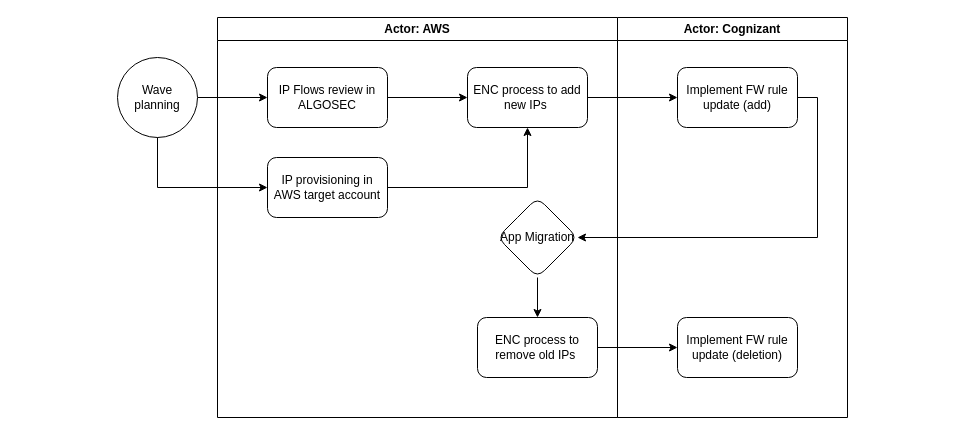
Before: ENC_flow_diagram_light.drawio in anthonygea/mycv, a draw.io diagram. Source tidied: cells renumbered, new cells numbered last; positions are measured from the earlier drawing's top-left corner, leaving out a move shared by most shapes. Both pictures are drawn from the tidied source at 100%, with x=0, y=0 at pixel (117, 17).
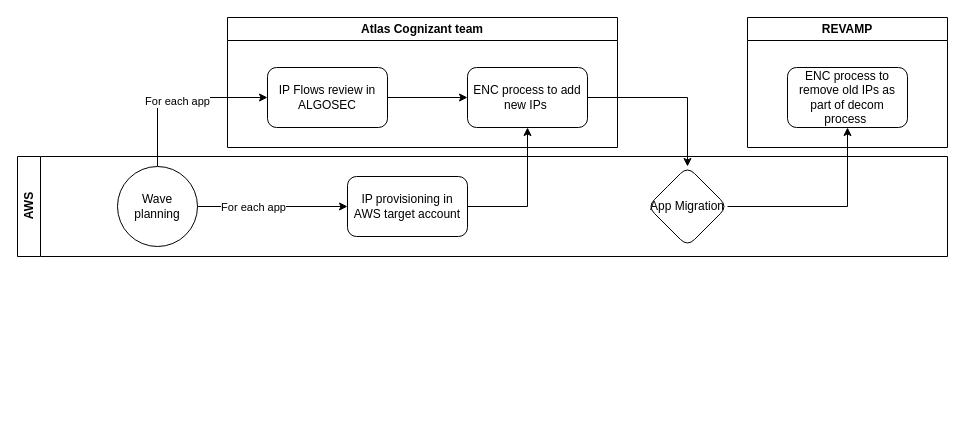
After the change.

Commit message:
Update ENC process flow

Unchanged cells that the change refers to:
```xml
<mxCell id="3" value="IP Flows review in ALGOSEC" style="rounded=1;whiteSpace=wrap;html=1;" parent="1" vertex="1">
  <mxGeometry x="150" y="50" width="120" height="60" as="geometry" />
</mxCell>
```

What changed in the source:
```diff
@@
     <mxCell id="4" style="edgeStyle=orthogonalEdgeStyle;rounded=0;jettySize=auto;html=1;" parent="1" edge="1" source="5" target="3">
-      <mxGeometry relative="1" as="geometry" />
+      <mxGeometry relative="1" as="geometry">
+        <Array as="points">
+          <mxPoint x="40" y="80" />
+        </Array>
+      </mxGeometry>
     </mxCell>
+    <mxCell id="20" value="For each app" style="edgeLabel;html=1;align=center;verticalAlign=middle;" parent="4" vertex="1">
+      <mxGeometry x="-0.02" y="-3" relative="1" as="geometry" />
+    </mxCell>
+    <mxCell id="8" style="edgeStyle=orthogonalEdgeStyle;rounded=0;jettySize=auto;html=1;" parent="1" edge="1" source="10" target="14">
+      <mxGeometry relative="1" as="geometry" />
+    </mxCell>
+    <mxCell id="10" value="ENC process to add new IPs&amp;nbsp;" style="whiteSpace=wrap;html=1;rounded=1;" parent="1" vertex="1">
+      <mxGeometry x="350" y="50" width="120" height="60" as="geometry" />
+    </mxCell>
+    <mxCell id="11" style="edgeStyle=orthogonalEdgeStyle;rounded=0;jettySize=auto;html=1;exitX=1;exitY=0.5;exitDx=0;exitDy=0;" parent="1" edge="1" source="6" target="10">
+      <mxGeometry relative="1" as="geometry" />
+    </mxCell>
+    <mxCell id="15" style="edgeStyle=orthogonalEdgeStyle;rounded=0;jettySize=auto;html=1;" parent="1" edge="1" source="14" target="13">
+      <mxGeometry relative="1" as="geometry" />
+    </mxCell>
+    <mxCell id="14" value="App Migration" style="rhombus;whiteSpace=wrap;html=1;rounded=1;" parent="1" vertex="1">
+      <mxGeometry x="530" y="149" width="80" height="80" as="geometry" />
+    </mxCell>
+    <mxCell id="13" value="ENC process to remove old IPs as part of decom process&amp;nbsp;" style="whiteSpace=wrap;html=1;rounded=1;" parent="1" vertex="1">
+      <mxGeometry x="670" y="50" width="120" height="60" as="geometry" />
+    </mxCell>
+    <mxCell id="21" value="Atlas Cognizant team" style="swimlane;whiteSpace=wrap;html=1;" parent="1" vertex="1">
+      <mxGeometry x="110" width="390" height="130" as="geometry" />
+    </mxCell>
+    <mxCell id="22" value="REVAMP" style="swimlane;whiteSpace=wrap;html=1;" parent="1" vertex="1">
+      <mxGeometry x="630" width="200" height="130" as="geometry" />
+    </mxCell>
+    <mxCell id="23" value="AWS" style="swimlane;horizontal=0;whiteSpace=wrap;html=1;" parent="1" vertex="1">
+      <mxGeometry x="-100" y="139" width="930" height="100" as="geometry" />
+    </mxCell>
-    <mxCell id="5" value="Wave planning" style="ellipse;whiteSpace=wrap;html=1;" parent="1" vertex="1">
-      <mxGeometry y="40" width="80" height="80" as="geometry" />
+    <mxCell id="5" value="Wave planning" style="ellipse;whiteSpace=wrap;html=1;" parent="23" vertex="1">
+      <mxGeometry x="100" y="10" width="80" height="80" as="geometry" />
     </mxCell>
-    <mxCell id="6" value="IP provisioning in AWS target account" style="whiteSpace=wrap;html=1;rounded=1;" parent="1" vertex="1">
-      <mxGeometry x="150" y="140" width="120" height="60" as="geometry" />
+    <mxCell id="6" value="IP provisioning in AWS target account" style="whiteSpace=wrap;html=1;rounded=1;" parent="23" vertex="1">
+      <mxGeometry x="330" y="20" width="120" height="60" as="geometry" />
     </mxCell>
-    <mxCell id="7" style="edgeStyle=orthogonalEdgeStyle;rounded=0;jettySize=auto;html=1;entryX=0;entryY=0.5;entryDx=0;entryDy=0;exitX=0.5;exitY=1;exitDx=0;exitDy=0;" parent="1" edge="1" source="5" target="6">
+    <mxCell id="7" style="edgeStyle=orthogonalEdgeStyle;rounded=0;jettySize=auto;html=1;" parent="23" edge="1" source="5" target="6">
       <mxGeometry relative="1" as="geometry" />
     </mxCell>
-    <mxCell id="8" style="edgeStyle=orthogonalEdgeStyle;rounded=0;jettySize=auto;html=1;entryX=1;entryY=0.5;entryDx=0;entryDy=0;exitX=1;exitY=0.5;exitDx=0;exitDy=0;" parent="1" edge="1" source="17" target="14">
-      <mxGeometry relative="1" as="geometry" />
-    </mxCell>
-    <mxCell id="9" style="edgeStyle=orthogonalEdgeStyle;rounded=0;jettySize=auto;html=1;" parent="1" edge="1" source="10" target="17">
-      <mxGeometry relative="1" as="geometry" />
-    </mxCell>
-    <mxCell id="10" value="ENC process to add new IPs&amp;nbsp;" style="whiteSpace=wrap;html=1;rounded=1;" parent="1" vertex="1">
-      <mxGeometry x="350" y="50" width="120" height="60" as="geometry" />
-    </mxCell>
-    <mxCell id="11" style="edgeStyle=orthogonalEdgeStyle;rounded=0;jettySize=auto;html=1;exitX=1;exitY=0.5;exitDx=0;exitDy=0;" parent="1" edge="1" source="6" target="10">
-      <mxGeometry relative="1" as="geometry" />
-    </mxCell>
-    <mxCell id="12" value="Actor: AWS" style="swimlane;whiteSpace=wrap;html=1;" parent="1" vertex="1">
-      <mxGeometry x="100" width="400" height="400" as="geometry" />
-    </mxCell>
-    <mxCell id="13" value="ENC process to remove old IPs&amp;nbsp;" style="whiteSpace=wrap;html=1;rounded=1;" parent="12" vertex="1">
-      <mxGeometry x="260" y="300" width="120" height="60" as="geometry" />
-    </mxCell>
-    <mxCell id="14" value="App Migration" style="rhombus;whiteSpace=wrap;html=1;rounded=1;" parent="12" vertex="1">
-      <mxGeometry x="280" y="180" width="80" height="80" as="geometry" />
-    </mxCell>
-    <mxCell id="15" style="edgeStyle=orthogonalEdgeStyle;rounded=0;jettySize=auto;html=1;" parent="12" edge="1" source="14" target="13">
-      <mxGeometry relative="1" as="geometry" />
-    </mxCell>
-    <mxCell id="16" value="Actor: Cognizant" style="swimlane;whiteSpace=wrap;html=1;" parent="1" vertex="1">
-      <mxGeometry x="500" width="230" height="400" as="geometry" />
-    </mxCell>
-    <mxCell id="17" value="Implement FW rule update (add)" style="whiteSpace=wrap;html=1;rounded=1;" parent="16" vertex="1">
-      <mxGeometry x="60" y="50" width="120" height="60" as="geometry" />
-    </mxCell>
-    <mxCell id="18" value="Implement FW rule update (deletion)" style="whiteSpace=wrap;html=1;rounded=1;" parent="16" vertex="1">
-      <mxGeometry x="60" y="300" width="120" height="60" as="geometry" />
-    </mxCell>
-    <mxCell id="19" style="edgeStyle=orthogonalEdgeStyle;rounded=0;jettySize=auto;html=1;" parent="1" edge="1" source="13" target="18">
-      <mxGeometry relative="1" as="geometry" />
-    </mxCell>
+    <mxCell id="24" value="For each app" style="edgeLabel;html=1;align=center;verticalAlign=middle;" parent="7" vertex="1">
+      <mxGeometry x="-0.51" y="-2" relative="1" as="geometry">
+        <mxPoint x="18" y="-2" as="offset" />
+      </mxGeometry>
+    </mxCell>
```
